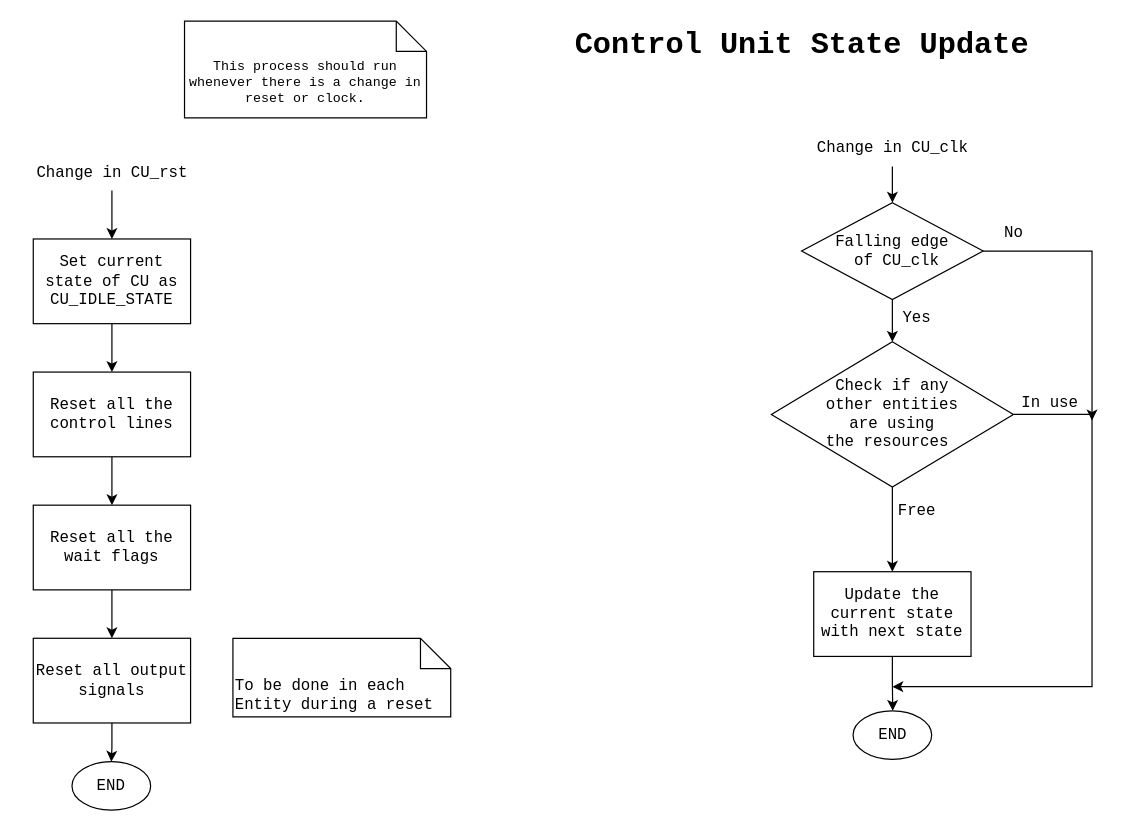
Earlier version of the draw.io diagram page "CU State Update" (2 of 8) of 04_ControlUnit_v1/CPU_Design.drawio (Vichu95/Basic_CPU_FPGA). Source tidied: cells renumbered, new cells numbered last; positions are measured from the earlier drawing's top-left corner, leaving out a move shared by most shapes. Both pictures are drawn from the tidied source at 121%, with x=0, y=0 at pixel (21, 21).
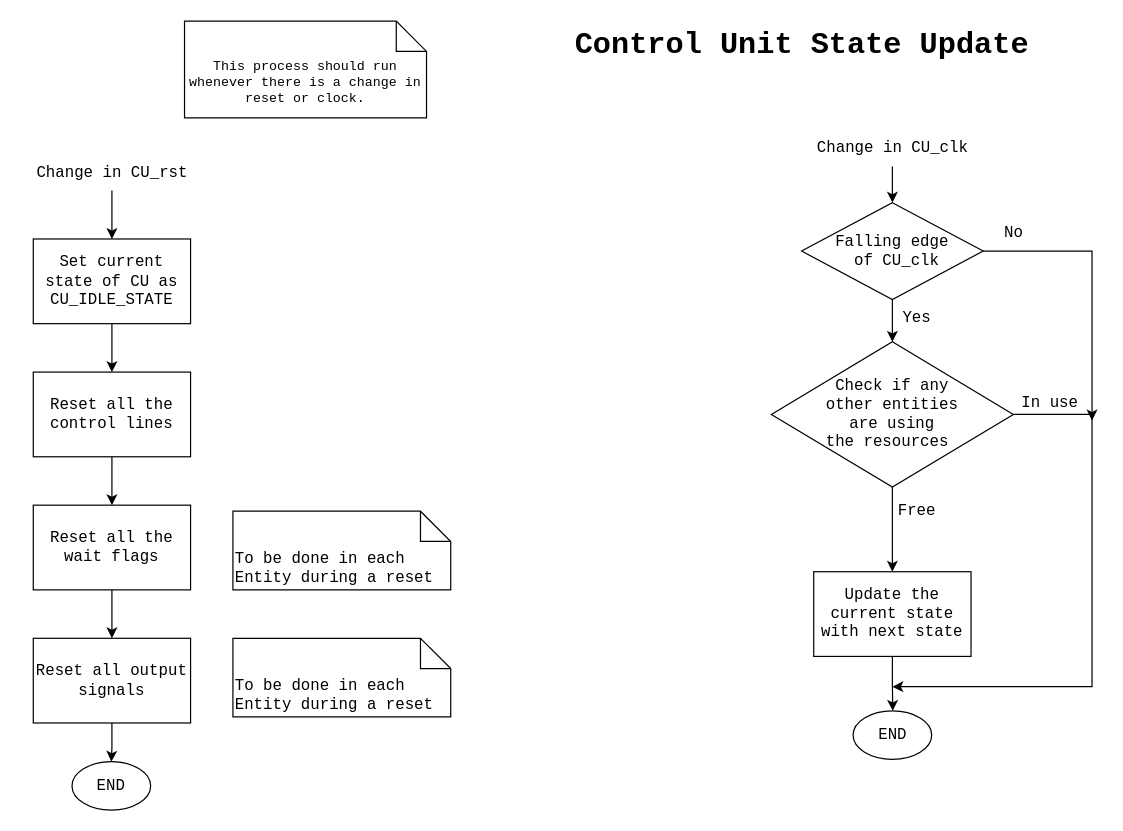
The same diagram, later.

Diff of the diagram source:
```diff
@@
+    <mxCell id="31" value="To be done in each Entity during a reset" style="shape=note2;boundedLbl=1;whiteSpace=wrap;html=1;size=25;verticalAlign=top;align=left;fontFamily=Courier New;fontSize=13;" parent="1" vertex="1">
+      <mxGeometry x="175" y="405" width="180" height="65" as="geometry" />
+    </mxCell>
```
